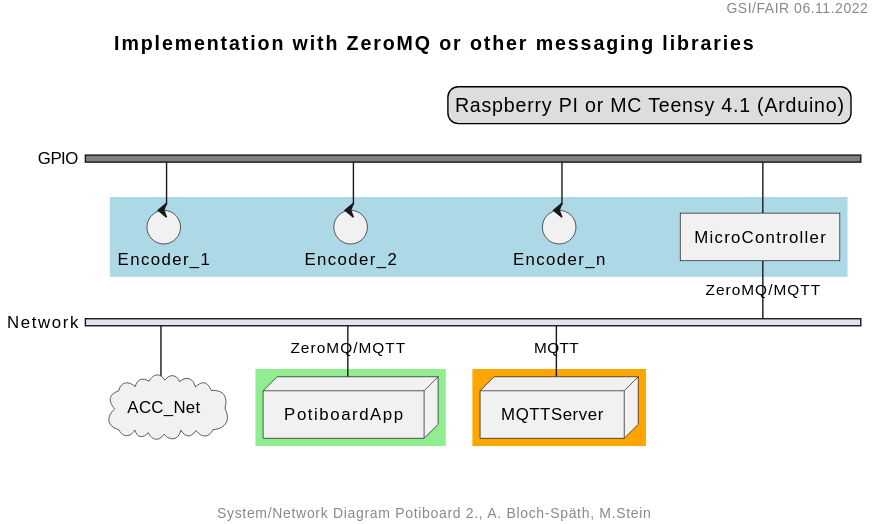
steinmartin/encoder-positions-docs keeps this PlantUML diagram as evaluation/common/img/potiboard_network_02.svg. Above is the earlier version.
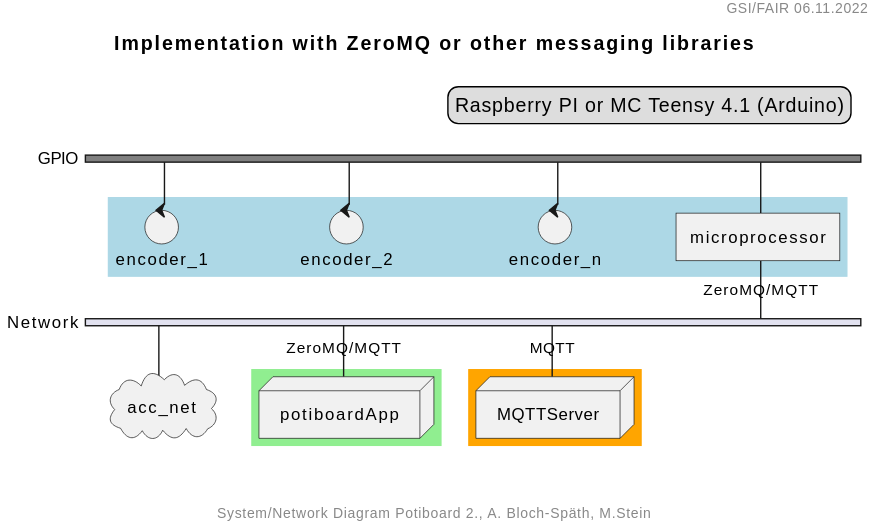
The same diagram one commit later.

The edit, as a diff of the source:
```diff
@@ -12,32 +12,32 @@
   network GPIO {
     group {
       color = "lightblue";
-       Encoder_1;
-       Encoder_2;
-       Encoder_n;
-       MicroController;
+       encoder_1;
+       encoder_2;
+       encoder_n;
+       microprocessor;
     }
 
     color = "gray"
-    Encoder_1 [shape = control];
-    Encoder_2 [shape = control];
-    Encoder_n [shape = control];
-    MicroController [shape = component];
+    encoder_1 [shape = control];
+    encoder_2 [shape = control];
+    encoder_n [shape = control];
+    microprocessor [shape = component];
   }
 
   network Network {
     group {
       color = "lightgreen";
-      PotiboardApp;
+      potiboardApp;
     }
     group {
       color = "orange";
       MQTTServer;
     }
-  ACC_Net [shape = cloud];
-      PotiboardApp [shape = node, address = ZeroMQ/MQTT];
+  acc_net [shape = cloud];
+      potiboardApp [shape = node, address = ZeroMQ/MQTT];
       MQTTServer [shape = node, address = MQTT];
-      MicroController [address = ZeroMQ/MQTT];
+      microprocessor [address = ZeroMQ/MQTT];
   }
 }
 @enduml
```
